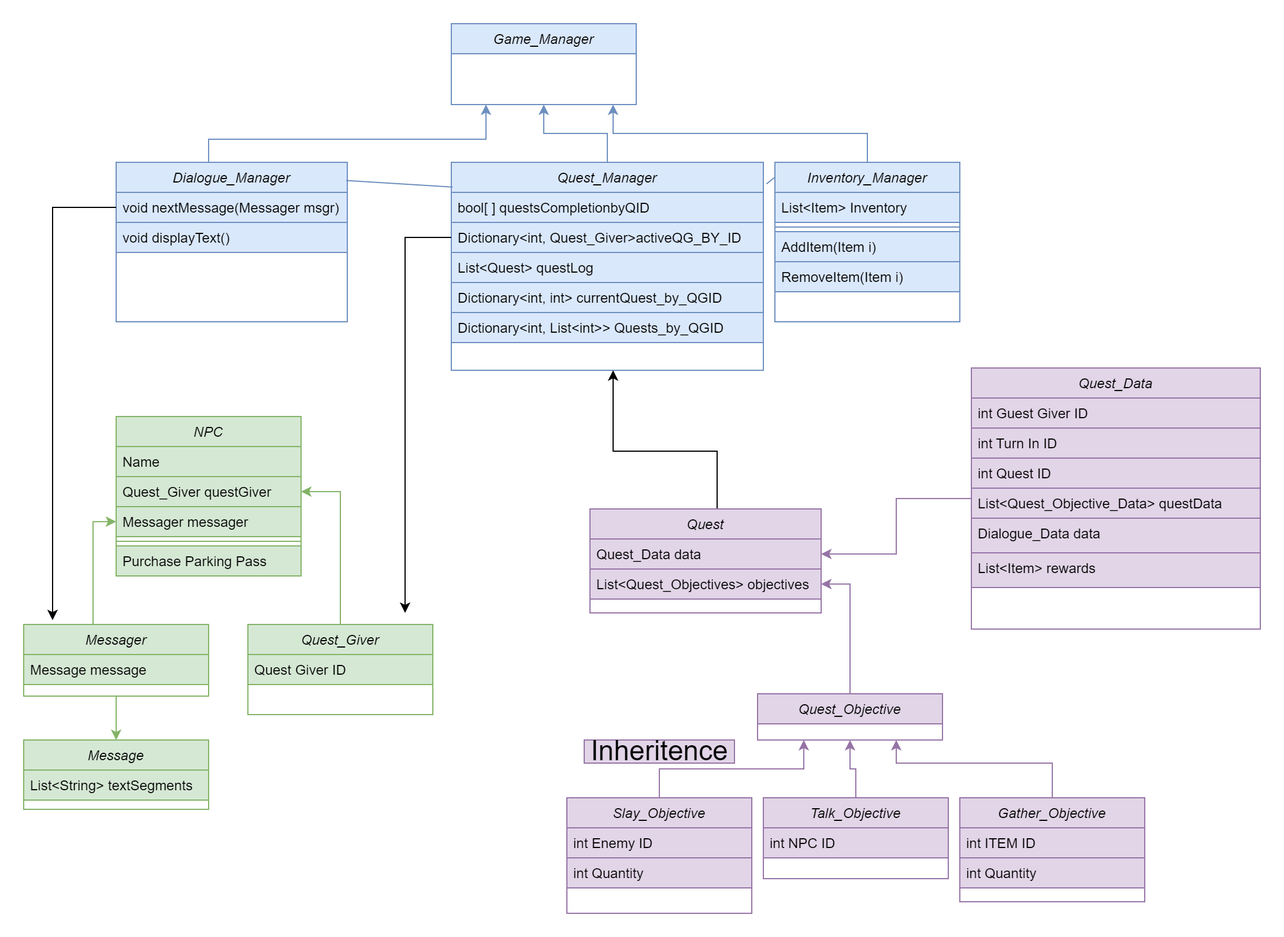
Before: QM Diagram.png, a diagram exported from draw.io (grantwkenn/Apothecary). Source tidied: cells renumbered, new cells last; positions are measured from the earlier drawing's top-left corner, leaving out a move shared by most shapes.
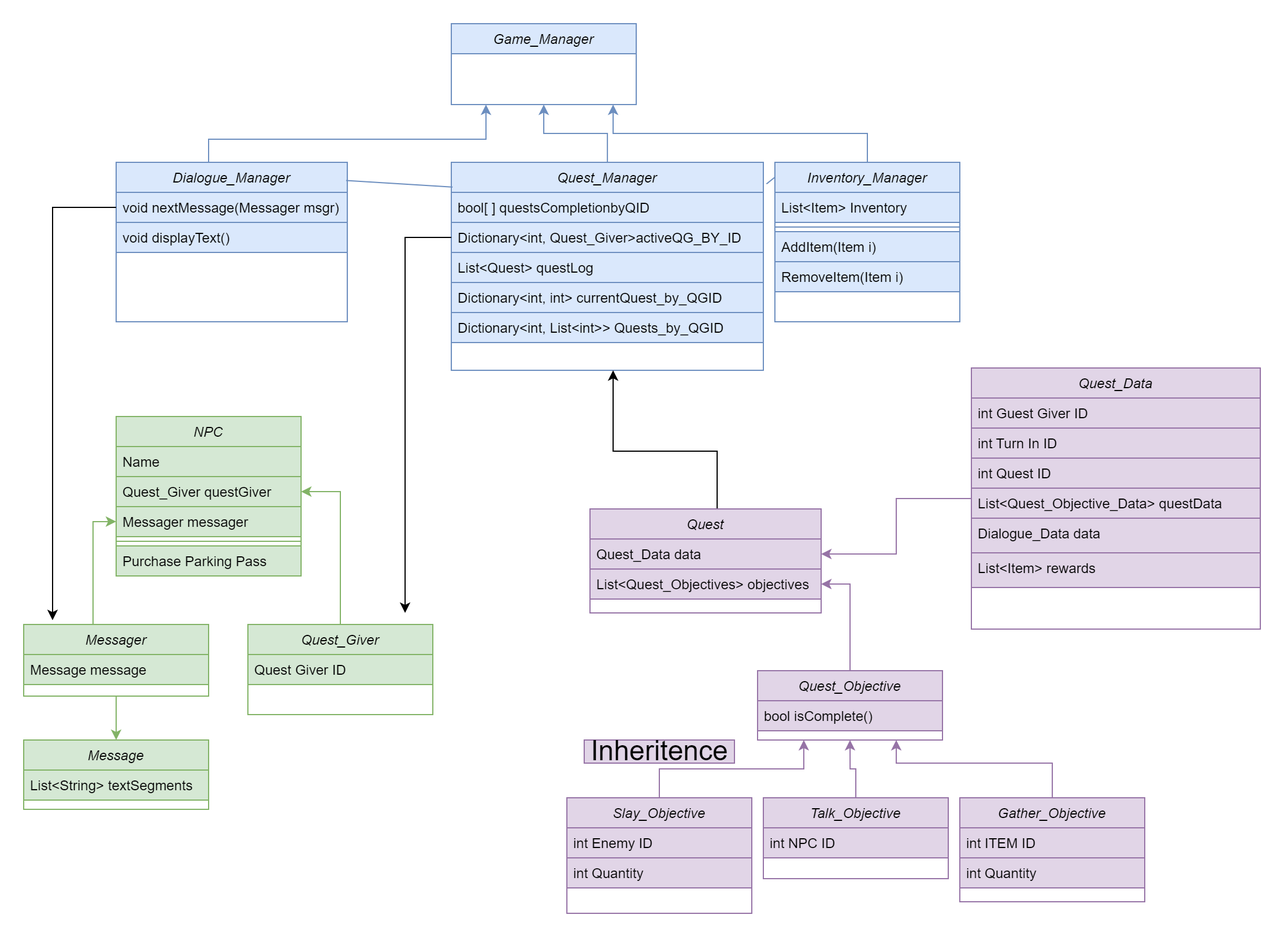
After the change.

What changed in the source:
```diff
@@ -107,8 +107,11 @@
       <mxGeometry relative="1" as="geometry" />
     </mxCell>
     <mxCell id="32" value="Quest_Objective" style="swimlane;fontStyle=2;align=center;verticalAlign=top;horizontal=1;startSize=26;rounded=0;shadow=0;strokeWidth=1;fillColor=#e1d5e7;strokeColor=#9673a6;" parent="1" vertex="1">
-      <mxGeometry x="635" y="580" width="160" height="40" as="geometry" />
+      <mxGeometry x="635" y="560" width="160" height="60" as="geometry" />
     </mxCell>
+    <mxCell id="65" value="bool isComplete()" style="text;align=left;verticalAlign=top;spacingLeft=4;spacingRight=4;overflow=hidden;fillColor=#e1d5e7;strokeColor=#9673a6;" parent="32" vertex="1">
+      <mxGeometry y="26" width="160" height="26" as="geometry" />
+    </mxCell>
     <mxCell id="33" style="edgeStyle=orthogonalEdgeStyle;rounded=0;jettySize=auto;html=1;entryX=0.5;entryY=1;entryDx=0;entryDy=0;fontSize=24;fillColor=#e1d5e7;strokeColor=#9673a6;" parent="1" edge="1" source="34" target="32">
       <mxGeometry relative="1" as="geometry" />
     </mxCell>
```
